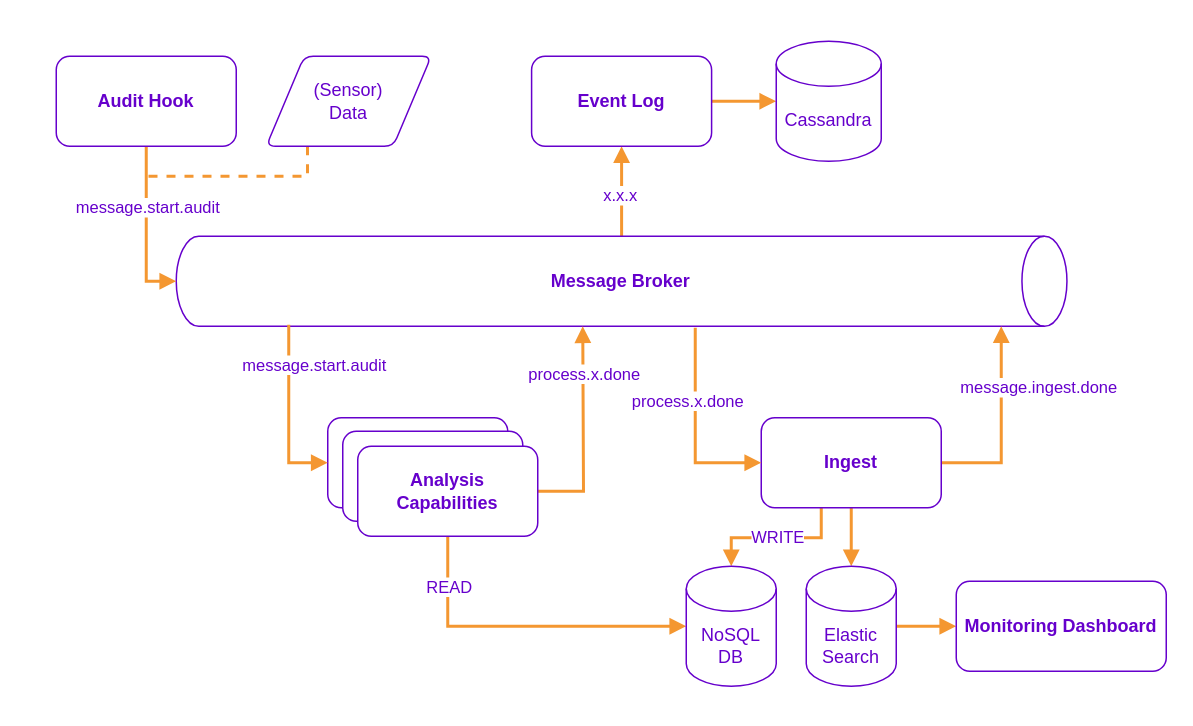
gullskatten/BPMN-models keeps this draw.io diagram as page "Page-2" (2 of 2) of rabbit_connections.drawio. Above is the earlier version. Source tidied: cells renumbered, new cells numbered last; positions are measured from the earlier drawing's top-left corner, leaving out a move shared by most shapes. Both pictures are drawn from the tidied source at 150%, with x=0, y=0 at pixel (40, -165).
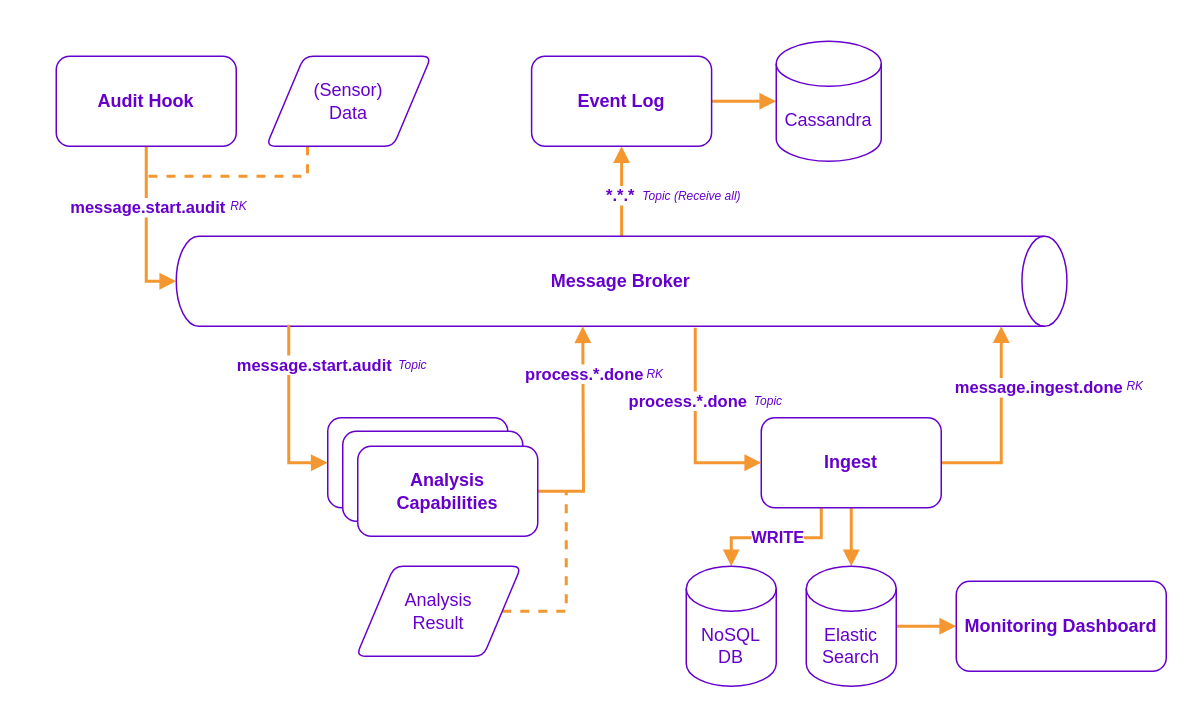
The same page after the edit.

The change refers to these unchanged cells:
```xml
<mxCell id="3" style="edgeStyle=orthogonalEdgeStyle;rounded=0;jettySize=auto;html=1;entryX=0.5;entryY=1;entryDx=0;entryDy=0;fontColor=#6600CC;endArrow=block;endFill=1;strokeColor=#F49731;strokeWidth=2;" parent="1" edge="1" source="5" target="25">
  <mxGeometry relative="1" as="geometry" />
</mxCell>
<mxCell id="9" style="edgeStyle=orthogonalEdgeStyle;rounded=0;jettySize=auto;html=1;fontColor=#6600CC;endArrow=block;endFill=1;strokeColor=#F49731;strokeWidth=2;" parent="1" edge="1" source="13">
  <mxGeometry relative="1" as="geometry">
    <mxPoint x="361" y="327" as="targetPoint" />
  </mxGeometry>
</mxCell>
<mxCell id="13" value="&lt;font color=&quot;#6600cc&quot;&gt;Analysis&lt;br&gt;Capabilities&lt;/font&gt;" style="rounded=1;whiteSpace=wrap;html=1;fontColor=#663300;strokeColor=#6600CC;fillColor=#FFFFFF;fontStyle=1;" parent="1" vertex="1">
  <mxGeometry x="211" y="407" width="120" height="60" as="geometry" />
</mxCell>
<mxCell id="14" style="endArrow=block;html=1;rounded=0;fontColor=#6600CC;strokeColor=#F49731;strokeWidth=2;endFill=1;exitX=0.983;exitY=0.884;exitDx=0;exitDy=0;exitPerimeter=0;entryX=0;entryY=0.5;entryDx=0;entryDy=0;edgeStyle=orthogonalEdgeStyle;" parent="1" edge="1" target="7">
  <mxGeometry relative="1" as="geometry">
    <mxPoint x="166" y="327" as="sourcePoint" />
    <Array as="points">
      <mxPoint x="165" y="327" />
      <mxPoint x="165" y="418" />
    </Array>
  </mxGeometry>
</mxCell>
<mxCell id="17" style="edgeStyle=orthogonalEdgeStyle;rounded=0;jettySize=auto;html=1;fontColor=#6600CC;endArrow=block;endFill=1;strokeColor=#F49731;strokeWidth=2;exitX=1;exitY=0.5;exitDx=0;exitDy=0;" parent="1" edge="1" source="21">
  <mxGeometry relative="1" as="geometry">
    <mxPoint x="640" y="327" as="targetPoint" />
    <Array as="points">
      <mxPoint x="640" y="418" />
    </Array>
  </mxGeometry>
</mxCell>
<mxCell id="19" style="edgeStyle=orthogonalEdgeStyle;rounded=0;jettySize=auto;html=1;entryX=0.5;entryY=0;entryDx=0;entryDy=0;entryPerimeter=0;fontColor=#6600CC;endArrow=block;endFill=1;strokeColor=#F49731;strokeWidth=2;" parent="1" edge="1" source="21" target="35">
  <mxGeometry relative="1" as="geometry">
    <Array as="points">
      <mxPoint x="520" y="468" />
      <mxPoint x="460" y="468" />
    </Array>
  </mxGeometry>
</mxCell>
<mxCell id="22" style="endArrow=block;html=1;rounded=0;fontColor=#6600CC;strokeColor=#F49731;strokeWidth=2;endFill=1;entryX=0;entryY=0.5;entryDx=0;entryDy=0;edgeStyle=orthogonalEdgeStyle;" parent="1" edge="1" target="21">
  <mxGeometry relative="1" as="geometry">
    <mxPoint x="436" y="328" as="sourcePoint" />
    <Array as="points">
      <mxPoint x="436" y="418" />
    </Array>
  </mxGeometry>
</mxCell>
<mxCell id="30" style="edgeStyle=orthogonalEdgeStyle;rounded=0;jettySize=auto;html=1;entryX=0.5;entryY=1;entryDx=0;entryDy=0;entryPerimeter=0;fontColor=#6600CC;endArrow=block;endFill=1;strokeColor=#F49731;strokeWidth=2;" parent="1" edge="1" source="32" target="5">
  <mxGeometry relative="1" as="geometry" />
</mxCell>
<mxCell id="35" value="NoSQL&lt;br&gt;DB" style="shape=cylinder3;whiteSpace=wrap;html=1;boundedLbl=1;backgroundOutline=1;size=15;fontColor=#6600CC;strokeColor=#6600CC;fillColor=#FFFFFF;" parent="1" vertex="1">
  <mxGeometry x="430" y="487" width="60" height="80" as="geometry" />
</mxCell>
```

Change to the diagram source:
```diff
@@
     <mxCell id="2" style="rounded=0;whiteSpace=wrap;html=1;fontColor=#6600CC;strokeColor=none;fillColor=#FFFFFF;" parent="1" vertex="1">
-      <mxGeometry y="127" width="750" height="450" as="geometry" />
+      <mxGeometry x="-10" y="127" width="760" height="450" as="geometry" />
     </mxCell>
@@
-    <mxCell id="4" value="x.x.x" style="edgeLabel;html=1;align=center;verticalAlign=middle;fontColor=#6600CC;" parent="3" vertex="1">
+    <mxCell id="4" value="*.*.*" style="edgeLabel;html=1;align=center;verticalAlign=middle;fontColor=#6600CC;fontStyle=1;" parent="3" vertex="1">
       <mxGeometry x="-0.08" y="1" relative="1" as="geometry" />
     </mxCell>
@@
-    <mxCell id="10" value="process.x.done" style="edgeLabel;html=1;align=center;verticalAlign=middle;fontColor=#6600CC;" parent="9" vertex="1">
+    <mxCell id="10" value="process.*.done" style="edgeLabel;html=1;align=center;verticalAlign=middle;fontColor=#6600CC;fontStyle=1;" parent="9" vertex="1">
       <mxGeometry x="0.55" relative="1" as="geometry" />
     </mxCell>
-    <mxCell id="11" style="edgeStyle=orthogonalEdgeStyle;rounded=0;jettySize=auto;html=1;entryX=0;entryY=0.5;entryDx=0;entryDy=0;entryPerimeter=0;fontColor=#6600CC;endArrow=block;endFill=1;strokeColor=#F49731;strokeWidth=2;exitX=0.5;exitY=1;exitDx=0;exitDy=0;" parent="1" edge="1" source="13" target="35">
-      <mxGeometry relative="1" as="geometry" />
-    </mxCell>
-    <mxCell id="12" value="READ" style="edgeLabel;html=1;align=center;verticalAlign=middle;fontColor=#6600CC;" parent="11" vertex="1">
-      <mxGeometry x="-0.69" relative="1" as="geometry">
-        <mxPoint y="-1" as="offset" />
-      </mxGeometry>
-    </mxCell>
@@
-    <mxCell id="15" value="message.start.audit" style="edgeLabel;html=1;align=center;verticalAlign=middle;fontColor=#6600CC;" parent="14" vertex="1">
+    <mxCell id="15" value="message.start.audit" style="edgeLabel;html=1;align=center;verticalAlign=middle;fontColor=#6600CC;fontStyle=1;" parent="14" vertex="1">
       <mxGeometry x="-0.3" y="1" relative="1" as="geometry">
         <mxPoint x="15" y="-15" as="offset" />
       </mxGeometry>
     </mxCell>
@@
-    <mxCell id="18" value="message.ingest.done" style="edgeLabel;html=1;align=center;verticalAlign=middle;fontColor=#6600CC;" parent="17" vertex="1">
+    <mxCell id="18" value="message.ingest.done" style="edgeLabel;html=1;align=center;verticalAlign=middle;fontColor=#6600CC;fontStyle=1;" parent="17" vertex="1">
       <mxGeometry x="-0.88" y="1" relative="1" as="geometry">
         <mxPoint x="56" y="-50" as="offset" />
       </mxGeometry>
     </mxCell>
@@
-    <mxCell id="20" value="WRITE" style="edgeLabel;html=1;align=center;verticalAlign=middle;fontColor=#6600CC;" parent="19" vertex="1">
+    <mxCell id="20" value="WRITE" style="edgeLabel;html=1;align=center;verticalAlign=middle;fontColor=#6600CC;fontStyle=1;" parent="19" vertex="1">
       <mxGeometry x="0.03" relative="1" as="geometry">
         <mxPoint x="1" y="-1" as="offset" />
       </mxGeometry>
     </mxCell>
@@
-    <mxCell id="23" value="process.x.done" style="edgeLabel;html=1;align=center;verticalAlign=middle;fontColor=#6600CC;" parent="22" vertex="1">
+    <mxCell id="23" value="process.*.done" style="edgeLabel;html=1;align=center;verticalAlign=middle;fontColor=#6600CC;fontStyle=1;" parent="22" vertex="1">
       <mxGeometry x="0.32" relative="1" as="geometry">
         <mxPoint x="-6" y="-40" as="offset" />
       </mxGeometry>
     </mxCell>
@@
-    <mxCell id="31" value="message.start.audit" style="edgeLabel;html=1;align=center;verticalAlign=middle;fontColor=#6600CC;" parent="30" vertex="1">
+    <mxCell id="31" value="message.start.audit" style="edgeLabel;html=1;align=center;verticalAlign=middle;fontColor=#6600CC;fontStyle=1;" parent="30" vertex="1">
       <mxGeometry x="-0.38" y="-1" relative="1" as="geometry">
         <mxPoint x="1" y="6" as="offset" />
       </mxGeometry>
     </mxCell>
@@
+    <mxCell id="36" style="edgeStyle=orthogonalEdgeStyle;rounded=0;jettySize=auto;html=1;fontColor=#6600CC;endArrow=none;endFill=0;strokeColor=#F49731;strokeWidth=2;dashed=1;exitX=1;exitY=0.5;exitDx=0;exitDy=0;" parent="1" edge="1" source="37">
+      <mxGeometry relative="1" as="geometry">
+        <mxPoint x="350" y="437" as="targetPoint" />
+        <Array as="points">
+          <mxPoint x="350" y="517" />
+        </Array>
+      </mxGeometry>
+    </mxCell>
+    <mxCell id="37" value="&lt;font color=&quot;#6600cc&quot;&gt;Analysis&lt;br&gt;Result&lt;/font&gt;" style="shape=parallelogram;html=1;strokeWidth=1;perimeter=parallelogramPerimeter;whiteSpace=wrap;rounded=1;arcSize=12;size=0.23;fontSize=12;fillColor=#FFFFFF;align=center;strokeColor=#6600CC;" parent="1" vertex="1">
+      <mxGeometry x="210" y="487" width="110" height="60" as="geometry" />
+    </mxCell>
+    <mxCell id="38" value="&lt;font style=&quot;font-size: 8px;&quot;&gt;RK&lt;/font&gt;" style="text;html=1;strokeColor=none;fillColor=none;align=center;verticalAlign=middle;whiteSpace=wrap;rounded=0;fontColor=#6600CC;fontStyle=2;" parent="1" vertex="1">
+      <mxGeometry x="122" y="236" width="20" height="20" as="geometry" />
+    </mxCell>
+    <mxCell id="39" value="&lt;font style=&quot;font-size: 8px;&quot;&gt;Topic&lt;/font&gt;" style="text;html=1;strokeColor=none;fillColor=none;align=center;verticalAlign=middle;whiteSpace=wrap;rounded=0;fontColor=#6600CC;fontStyle=2;" parent="1" vertex="1">
+      <mxGeometry x="233" y="342" width="30" height="20" as="geometry" />
+    </mxCell>
+    <mxCell id="40" value="&lt;font style=&quot;font-size: 8px;&quot;&gt;Topic (Receive all)&lt;/font&gt;" style="text;html=1;strokeColor=none;fillColor=none;align=center;verticalAlign=middle;whiteSpace=wrap;rounded=0;fontColor=#6600CC;fontStyle=2;" parent="1" vertex="1">
+      <mxGeometry x="398" y="229" width="72" height="20" as="geometry" />
+    </mxCell>
+    <mxCell id="41" value="&lt;font style=&quot;font-size: 8px;&quot;&gt;RK&lt;/font&gt;" style="text;html=1;strokeColor=none;fillColor=none;align=center;verticalAlign=middle;whiteSpace=wrap;rounded=0;fontColor=#6600CC;fontStyle=2;" parent="1" vertex="1">
+      <mxGeometry x="400" y="348" width="19" height="20" as="geometry" />
+    </mxCell>
+    <mxCell id="42" value="&lt;font style=&quot;font-size: 8px;&quot;&gt;Topic&lt;/font&gt;" style="text;html=1;strokeColor=none;fillColor=none;align=center;verticalAlign=middle;whiteSpace=wrap;rounded=0;fontColor=#6600CC;fontStyle=2;" parent="1" vertex="1">
+      <mxGeometry x="470" y="366" width="30" height="20" as="geometry" />
+    </mxCell>
+    <mxCell id="43" value="&lt;font style=&quot;font-size: 8px;&quot;&gt;RK&lt;/font&gt;" style="text;html=1;strokeColor=none;fillColor=none;align=center;verticalAlign=middle;whiteSpace=wrap;rounded=0;fontColor=#6600CC;fontStyle=2;" parent="1" vertex="1">
+      <mxGeometry x="720" y="356" width="19" height="20" as="geometry" />
+    </mxCell>
```
